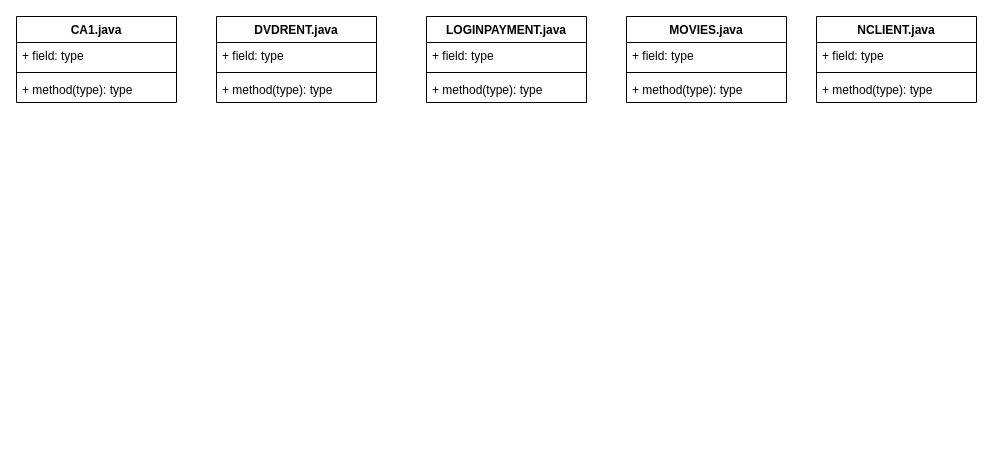
farleyreis/Xtra-Vision keeps this draw.io diagram as Xtra-vision Class Diagram.drawio. Above is the earlier version. Source tidied: cells renumbered, new cells numbered last; positions are measured from the earlier drawing's top-left corner, leaving out a move shared by most shapes. Both pictures are drawn from the tidied source at 100%, with x=0, y=0 at pixel (16, 16).
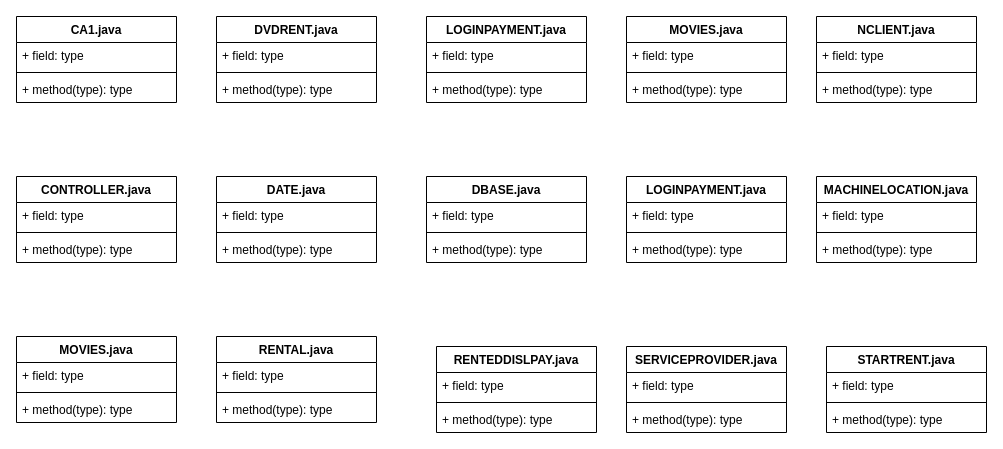
The same diagram, later.

The edit, as a diff of the source:
```diff
@@
+    <mxCell id="22" value="CONTROLLER.java" style="swimlane;fontStyle=1;align=center;verticalAlign=top;horizontal=1;startSize=26;" parent="1" vertex="1">
+      <mxGeometry y="160" width="160" height="86" as="geometry" />
+    </mxCell>
+    <mxCell id="23" value="+ field: type" style="text;strokeColor=none;fillColor=none;align=left;verticalAlign=top;spacingLeft=4;spacingRight=4;overflow=hidden;" parent="22" vertex="1">
+      <mxGeometry y="26" width="160" height="26" as="geometry" />
+    </mxCell>
+    <mxCell id="24" style="line;strokeWidth=1;fillColor=none;align=left;verticalAlign=middle;spacingTop=-1;spacingLeft=3;spacingRight=3;labelPosition=right;" parent="22" vertex="1">
+      <mxGeometry y="52" width="160" height="8" as="geometry" />
+    </mxCell>
+    <mxCell id="25" value="+ method(type): type" style="text;strokeColor=none;fillColor=none;align=left;verticalAlign=top;spacingLeft=4;spacingRight=4;overflow=hidden;" parent="22" vertex="1">
+      <mxGeometry y="60" width="160" height="26" as="geometry" />
+    </mxCell>
+    <mxCell id="26" value="DATE.java" style="swimlane;fontStyle=1;align=center;verticalAlign=top;horizontal=1;startSize=26;" parent="1" vertex="1">
+      <mxGeometry x="200" y="160" width="160" height="86" as="geometry" />
+    </mxCell>
+    <mxCell id="27" value="+ field: type" style="text;strokeColor=none;fillColor=none;align=left;verticalAlign=top;spacingLeft=4;spacingRight=4;overflow=hidden;" parent="26" vertex="1">
+      <mxGeometry y="26" width="160" height="26" as="geometry" />
+    </mxCell>
+    <mxCell id="28" style="line;strokeWidth=1;fillColor=none;align=left;verticalAlign=middle;spacingTop=-1;spacingLeft=3;spacingRight=3;labelPosition=right;" parent="26" vertex="1">
+      <mxGeometry y="52" width="160" height="8" as="geometry" />
+    </mxCell>
+    <mxCell id="29" value="+ method(type): type" style="text;strokeColor=none;fillColor=none;align=left;verticalAlign=top;spacingLeft=4;spacingRight=4;overflow=hidden;" parent="26" vertex="1">
+      <mxGeometry y="60" width="160" height="26" as="geometry" />
+    </mxCell>
+    <mxCell id="30" value="DBASE.java" style="swimlane;fontStyle=1;align=center;verticalAlign=top;horizontal=1;startSize=26;" parent="1" vertex="1">
+      <mxGeometry x="410" y="160" width="160" height="86" as="geometry" />
+    </mxCell>
+    <mxCell id="31" value="+ field: type" style="text;strokeColor=none;fillColor=none;align=left;verticalAlign=top;spacingLeft=4;spacingRight=4;overflow=hidden;" parent="30" vertex="1">
+      <mxGeometry y="26" width="160" height="26" as="geometry" />
+    </mxCell>
+    <mxCell id="32" style="line;strokeWidth=1;fillColor=none;align=left;verticalAlign=middle;spacingTop=-1;spacingLeft=3;spacingRight=3;labelPosition=right;" parent="30" vertex="1">
+      <mxGeometry y="52" width="160" height="8" as="geometry" />
+    </mxCell>
+    <mxCell id="33" value="+ method(type): type" style="text;strokeColor=none;fillColor=none;align=left;verticalAlign=top;spacingLeft=4;spacingRight=4;overflow=hidden;" parent="30" vertex="1">
+      <mxGeometry y="60" width="160" height="26" as="geometry" />
+    </mxCell>
+    <mxCell id="34" value="LOGINPAYMENT.java" style="swimlane;fontStyle=1;align=center;verticalAlign=top;horizontal=1;startSize=26;" parent="1" vertex="1">
+      <mxGeometry x="610" y="160" width="160" height="86" as="geometry" />
+    </mxCell>
+    <mxCell id="35" value="+ field: type" style="text;strokeColor=none;fillColor=none;align=left;verticalAlign=top;spacingLeft=4;spacingRight=4;overflow=hidden;" parent="34" vertex="1">
+      <mxGeometry y="26" width="160" height="26" as="geometry" />
+    </mxCell>
+    <mxCell id="36" style="line;strokeWidth=1;fillColor=none;align=left;verticalAlign=middle;spacingTop=-1;spacingLeft=3;spacingRight=3;labelPosition=right;" parent="34" vertex="1">
+      <mxGeometry y="52" width="160" height="8" as="geometry" />
+    </mxCell>
+    <mxCell id="37" value="+ method(type): type" style="text;strokeColor=none;fillColor=none;align=left;verticalAlign=top;spacingLeft=4;spacingRight=4;overflow=hidden;" parent="34" vertex="1">
+      <mxGeometry y="60" width="160" height="26" as="geometry" />
+    </mxCell>
+    <mxCell id="38" value="MACHINELOCATION.java" style="swimlane;fontStyle=1;align=center;verticalAlign=top;horizontal=1;startSize=26;" parent="1" vertex="1">
+      <mxGeometry x="800" y="160" width="160" height="86" as="geometry" />
+    </mxCell>
+    <mxCell id="39" value="+ field: type" style="text;strokeColor=none;fillColor=none;align=left;verticalAlign=top;spacingLeft=4;spacingRight=4;overflow=hidden;" parent="38" vertex="1">
+      <mxGeometry y="26" width="160" height="26" as="geometry" />
+    </mxCell>
+    <mxCell id="40" style="line;strokeWidth=1;fillColor=none;align=left;verticalAlign=middle;spacingTop=-1;spacingLeft=3;spacingRight=3;labelPosition=right;" parent="38" vertex="1">
+      <mxGeometry y="52" width="160" height="8" as="geometry" />
+    </mxCell>
+    <mxCell id="41" value="+ method(type): type" style="text;strokeColor=none;fillColor=none;align=left;verticalAlign=top;spacingLeft=4;spacingRight=4;overflow=hidden;" parent="38" vertex="1">
+      <mxGeometry y="60" width="160" height="26" as="geometry" />
+    </mxCell>
+    <mxCell id="42" value="MOVIES.java" style="swimlane;fontStyle=1;align=center;verticalAlign=top;horizontal=1;startSize=26;" parent="1" vertex="1">
+      <mxGeometry y="320" width="160" height="86" as="geometry" />
+    </mxCell>
+    <mxCell id="43" value="+ field: type" style="text;strokeColor=none;fillColor=none;align=left;verticalAlign=top;spacingLeft=4;spacingRight=4;overflow=hidden;" parent="42" vertex="1">
+      <mxGeometry y="26" width="160" height="26" as="geometry" />
+    </mxCell>
+    <mxCell id="44" style="line;strokeWidth=1;fillColor=none;align=left;verticalAlign=middle;spacingTop=-1;spacingLeft=3;spacingRight=3;labelPosition=right;" parent="42" vertex="1">
+      <mxGeometry y="52" width="160" height="8" as="geometry" />
+    </mxCell>
+    <mxCell id="45" value="+ method(type): type" style="text;strokeColor=none;fillColor=none;align=left;verticalAlign=top;spacingLeft=4;spacingRight=4;overflow=hidden;" parent="42" vertex="1">
+      <mxGeometry y="60" width="160" height="26" as="geometry" />
+    </mxCell>
+    <mxCell id="46" value="RENTAL.java" style="swimlane;fontStyle=1;align=center;verticalAlign=top;horizontal=1;startSize=26;" parent="1" vertex="1">
+      <mxGeometry x="200" y="320" width="160" height="86" as="geometry" />
+    </mxCell>
+    <mxCell id="47" value="+ field: type" style="text;strokeColor=none;fillColor=none;align=left;verticalAlign=top;spacingLeft=4;spacingRight=4;overflow=hidden;" parent="46" vertex="1">
+      <mxGeometry y="26" width="160" height="26" as="geometry" />
+    </mxCell>
+    <mxCell id="48" style="line;strokeWidth=1;fillColor=none;align=left;verticalAlign=middle;spacingTop=-1;spacingLeft=3;spacingRight=3;labelPosition=right;" parent="46" vertex="1">
+      <mxGeometry y="52" width="160" height="8" as="geometry" />
+    </mxCell>
+    <mxCell id="49" value="+ method(type): type" style="text;strokeColor=none;fillColor=none;align=left;verticalAlign=top;spacingLeft=4;spacingRight=4;overflow=hidden;" parent="46" vertex="1">
+      <mxGeometry y="60" width="160" height="26" as="geometry" />
+    </mxCell>
+    <mxCell id="50" value="RENTEDDISLPAY.java" style="swimlane;fontStyle=1;align=center;verticalAlign=top;horizontal=1;startSize=26;" parent="1" vertex="1">
+      <mxGeometry x="420" y="330" width="160" height="86" as="geometry" />
+    </mxCell>
+    <mxCell id="51" value="+ field: type" style="text;strokeColor=none;fillColor=none;align=left;verticalAlign=top;spacingLeft=4;spacingRight=4;overflow=hidden;" parent="50" vertex="1">
+      <mxGeometry y="26" width="160" height="26" as="geometry" />
+    </mxCell>
+    <mxCell id="52" style="line;strokeWidth=1;fillColor=none;align=left;verticalAlign=middle;spacingTop=-1;spacingLeft=3;spacingRight=3;labelPosition=right;" parent="50" vertex="1">
+      <mxGeometry y="52" width="160" height="8" as="geometry" />
+    </mxCell>
+    <mxCell id="53" value="+ method(type): type" style="text;strokeColor=none;fillColor=none;align=left;verticalAlign=top;spacingLeft=4;spacingRight=4;overflow=hidden;" parent="50" vertex="1">
+      <mxGeometry y="60" width="160" height="26" as="geometry" />
+    </mxCell>
+    <mxCell id="54" value="SERVICEPROVIDER.java" style="swimlane;fontStyle=1;align=center;verticalAlign=top;horizontal=1;startSize=26;" parent="1" vertex="1">
+      <mxGeometry x="610" y="330" width="160" height="86" as="geometry" />
+    </mxCell>
+    <mxCell id="55" value="+ field: type" style="text;strokeColor=none;fillColor=none;align=left;verticalAlign=top;spacingLeft=4;spacingRight=4;overflow=hidden;" parent="54" vertex="1">
+      <mxGeometry y="26" width="160" height="26" as="geometry" />
+    </mxCell>
+    <mxCell id="56" style="line;strokeWidth=1;fillColor=none;align=left;verticalAlign=middle;spacingTop=-1;spacingLeft=3;spacingRight=3;labelPosition=right;" parent="54" vertex="1">
+      <mxGeometry y="52" width="160" height="8" as="geometry" />
+    </mxCell>
+    <mxCell id="57" value="+ method(type): type" style="text;strokeColor=none;fillColor=none;align=left;verticalAlign=top;spacingLeft=4;spacingRight=4;overflow=hidden;" parent="54" vertex="1">
+      <mxGeometry y="60" width="160" height="26" as="geometry" />
+    </mxCell>
+    <mxCell id="58" value="STARTRENT.java" style="swimlane;fontStyle=1;align=center;verticalAlign=top;horizontal=1;startSize=26;" parent="1" vertex="1">
+      <mxGeometry x="810" y="330" width="160" height="86" as="geometry" />
+    </mxCell>
+    <mxCell id="59" value="+ field: type" style="text;strokeColor=none;fillColor=none;align=left;verticalAlign=top;spacingLeft=4;spacingRight=4;overflow=hidden;" parent="58" vertex="1">
+      <mxGeometry y="26" width="160" height="26" as="geometry" />
+    </mxCell>
+    <mxCell id="60" style="line;strokeWidth=1;fillColor=none;align=left;verticalAlign=middle;spacingTop=-1;spacingLeft=3;spacingRight=3;labelPosition=right;" parent="58" vertex="1">
+      <mxGeometry y="52" width="160" height="8" as="geometry" />
+    </mxCell>
+    <mxCell id="61" value="+ method(type): type" style="text;strokeColor=none;fillColor=none;align=left;verticalAlign=top;spacingLeft=4;spacingRight=4;overflow=hidden;" parent="58" vertex="1">
+      <mxGeometry y="60" width="160" height="26" as="geometry" />
+    </mxCell>
```
